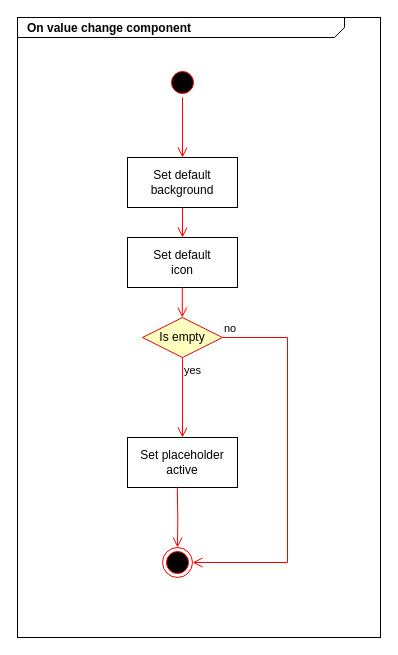
xalpol12/kuka-ar keeps this draw.io diagram as documentation/UI/Components/ServerConfig/onValueChange.drawio. Above is the earlier version. Source tidied: cells renumbered, new cells numbered last; positions are measured from the earlier drawing's top-left corner, leaving out a move shared by most shapes. Both pictures are drawn from the tidied source at 100%, with x=0, y=0 at pixel (17, 17).
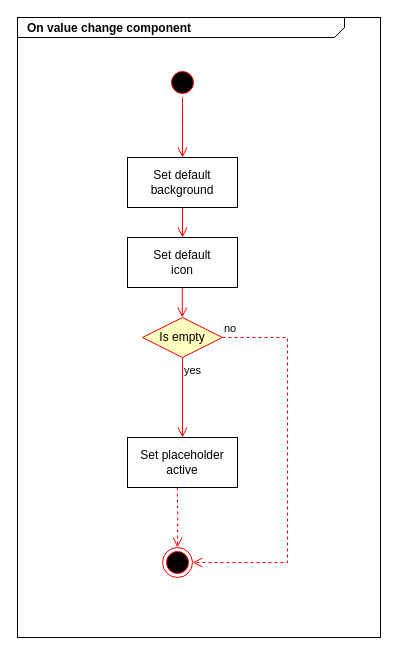
The same diagram, later.

Change to the diagram source:
```diff
@@
 <mxGraphModel>
   <root>
     <mxCell id="0" />
     <mxCell id="1" parent="0" />
     <mxCell id="2" value="&lt;p style=&quot;margin: 0px ; margin-top: 4px ; margin-left: 10px ; text-align: left&quot;&gt;&lt;b&gt;On value change component&lt;/b&gt;&lt;/p&gt;" style="html=1;strokeWidth=1;shape=mxgraph.sysml.package;html=1;overflow=fill;whiteSpace=wrap;fillColor=none;gradientColor=none;fontSize=12;align=center;labelX=327.64;" parent="1" vertex="1">
       <mxGeometry width="363" height="620" as="geometry" />
     </mxCell>
     <mxCell id="3" style="ellipse;html=1;shape=startState;fillColor=#000000;strokeColor=#ff0000;" parent="1" vertex="1">
       <mxGeometry x="150" y="50" width="30" height="30" as="geometry" />
     </mxCell>
     <mxCell id="4" style="edgeStyle=orthogonalEdgeStyle;html=1;verticalAlign=bottom;endArrow=open;endSize=8;strokeColor=#ff0000;rounded=0;" parent="1" edge="1" source="3">
       <mxGeometry relative="1" as="geometry">
         <mxPoint x="165" y="140" as="targetPoint" />
       </mxGeometry>
     </mxCell>
     <mxCell id="5" value="Set default&lt;br&gt;background" style="html=1;whiteSpace=wrap;" parent="1" vertex="1">
       <mxGeometry x="110" y="140" width="110" height="50" as="geometry" />
     </mxCell>
     <mxCell id="6" value="Set default&lt;br&gt;icon" style="html=1;whiteSpace=wrap;" parent="1" vertex="1">
       <mxGeometry x="110" y="220" width="110" height="50" as="geometry" />
     </mxCell>
     <mxCell id="7" value="Is empty" style="rhombus;whiteSpace=wrap;html=1;fontColor=#000000;fillColor=#ffffc0;strokeColor=#ff0000;" parent="1" vertex="1">
       <mxGeometry x="125" y="300" width="80" height="40" as="geometry" />
     </mxCell>
-    <mxCell id="8" value="no" style="edgeStyle=orthogonalEdgeStyle;html=1;align=left;verticalAlign=bottom;endArrow=open;endSize=8;strokeColor=#ff0000;rounded=0;entryX=1;entryY=0.5;entryDx=0;entryDy=0;" parent="1" edge="1" source="7" target="10">
+    <mxCell id="8" value="no" style="edgeStyle=orthogonalEdgeStyle;html=1;align=left;verticalAlign=bottom;endArrow=open;endSize=8;strokeColor=#ff0000;rounded=0;entryX=1;entryY=0.5;entryDx=0;entryDy=0;dashed=1;" parent="1" edge="1" source="7" target="10">
       <mxGeometry x="-1" relative="1" as="geometry">
         <Array as="points">
           <mxPoint x="270" y="320" />
           <mxPoint x="270" y="545" />
         </Array>
       </mxGeometry>
     </mxCell>
     <mxCell id="9" value="yes" style="edgeStyle=orthogonalEdgeStyle;html=1;align=left;verticalAlign=top;endArrow=open;endSize=8;strokeColor=#ff0000;rounded=0;entryX=0.5;entryY=0;entryDx=0;entryDy=0;" parent="1" edge="1" source="7" target="11">
       <mxGeometry x="-1" relative="1" as="geometry" />
     </mxCell>
     <mxCell id="10" style="ellipse;html=1;shape=endState;fillColor=#000000;strokeColor=#ff0000;" parent="1" vertex="1">
       <mxGeometry x="145" y="530" width="30" height="30" as="geometry" />
     </mxCell>
     <mxCell id="11" value="Set placeholder&lt;br&gt;active" style="html=1;whiteSpace=wrap;" parent="1" vertex="1">
       <mxGeometry x="110" y="420" width="110" height="50" as="geometry" />
     </mxCell>
     <mxCell id="12" style="edgeStyle=orthogonalEdgeStyle;html=1;verticalAlign=bottom;endArrow=open;endSize=8;strokeColor=#ff0000;rounded=0;exitX=0.5;exitY=1;exitDx=0;exitDy=0;" parent="1" edge="1" source="5">
       <mxGeometry relative="1" as="geometry">
         <mxPoint x="165" y="220" as="targetPoint" />
       </mxGeometry>
     </mxCell>
     <mxCell id="13" style="edgeStyle=orthogonalEdgeStyle;html=1;verticalAlign=bottom;endArrow=open;endSize=8;strokeColor=#ff0000;rounded=0;exitX=0.5;exitY=1;exitDx=0;exitDy=0;" parent="1" edge="1">
       <mxGeometry relative="1" as="geometry">
         <mxPoint x="164.8" y="270" as="sourcePoint" />
         <mxPoint x="164.8" y="300" as="targetPoint" />
       </mxGeometry>
     </mxCell>
-    <mxCell id="14" style="edgeStyle=orthogonalEdgeStyle;html=1;align=left;verticalAlign=top;endArrow=open;endSize=8;strokeColor=#ff0000;rounded=0;entryX=0.5;entryY=0;entryDx=0;entryDy=0;" parent="1" edge="1" target="10">
+    <mxCell id="14" style="edgeStyle=orthogonalEdgeStyle;html=1;align=left;verticalAlign=top;endArrow=open;endSize=8;strokeColor=#ff0000;rounded=0;entryX=0.5;entryY=0;entryDx=0;entryDy=0;dashed=1;" parent="1" edge="1" target="10">
       <mxGeometry x="-1" relative="1" as="geometry">
         <mxPoint x="159.8" y="470" as="sourcePoint" />
       </mxGeometry>
     </mxCell>
   </root>
 </mxGraphModel>
```
